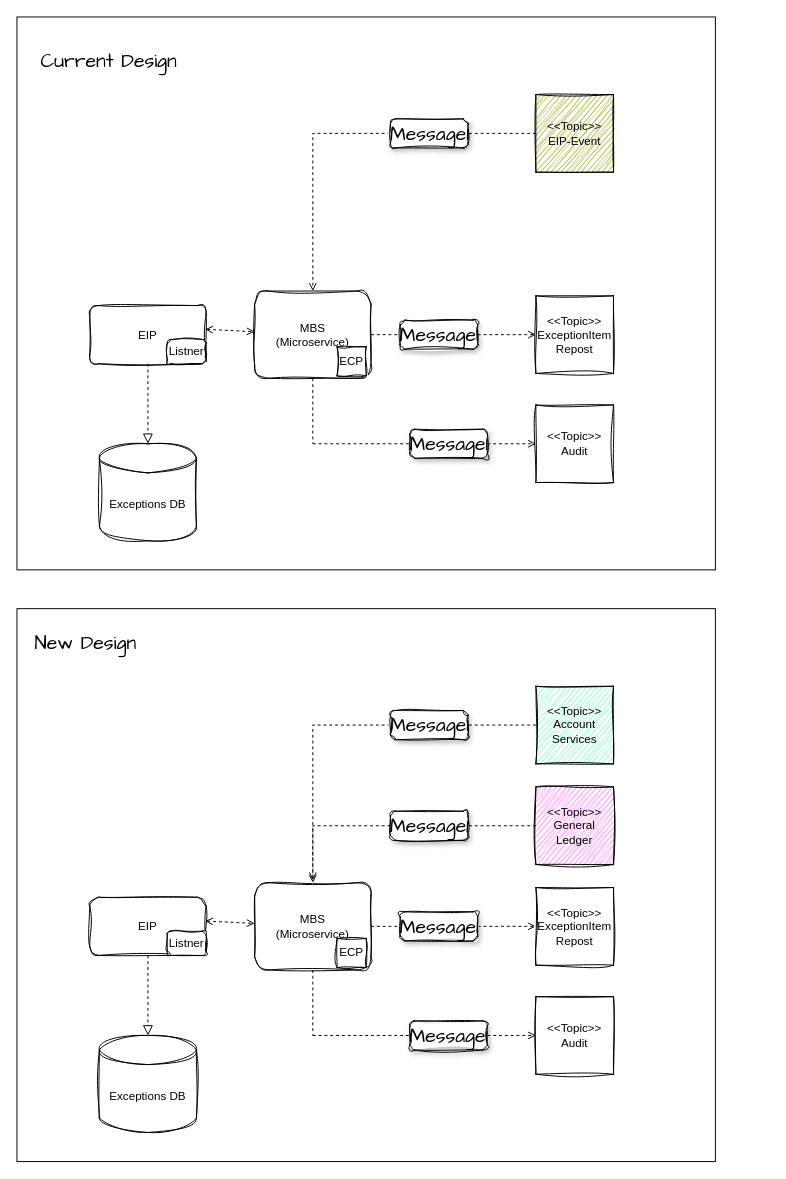
ppasham/Reference keeps this draw.io diagram as page "[FLO]-PubSub_INT" (1 of 6) of Designs/EIP-Designs.drawio. Above is the earlier version. Source tidied: cells renumbered, new cells numbered last; positions are measured from the earlier drawing's top-left corner, leaving out a move shared by most shapes. Both pictures are drawn from the tidied source at 97%, with x=0, y=0 at pixel (16, 16). Pictures stored in the file or linked from it are replaced by grey dashed boxes.
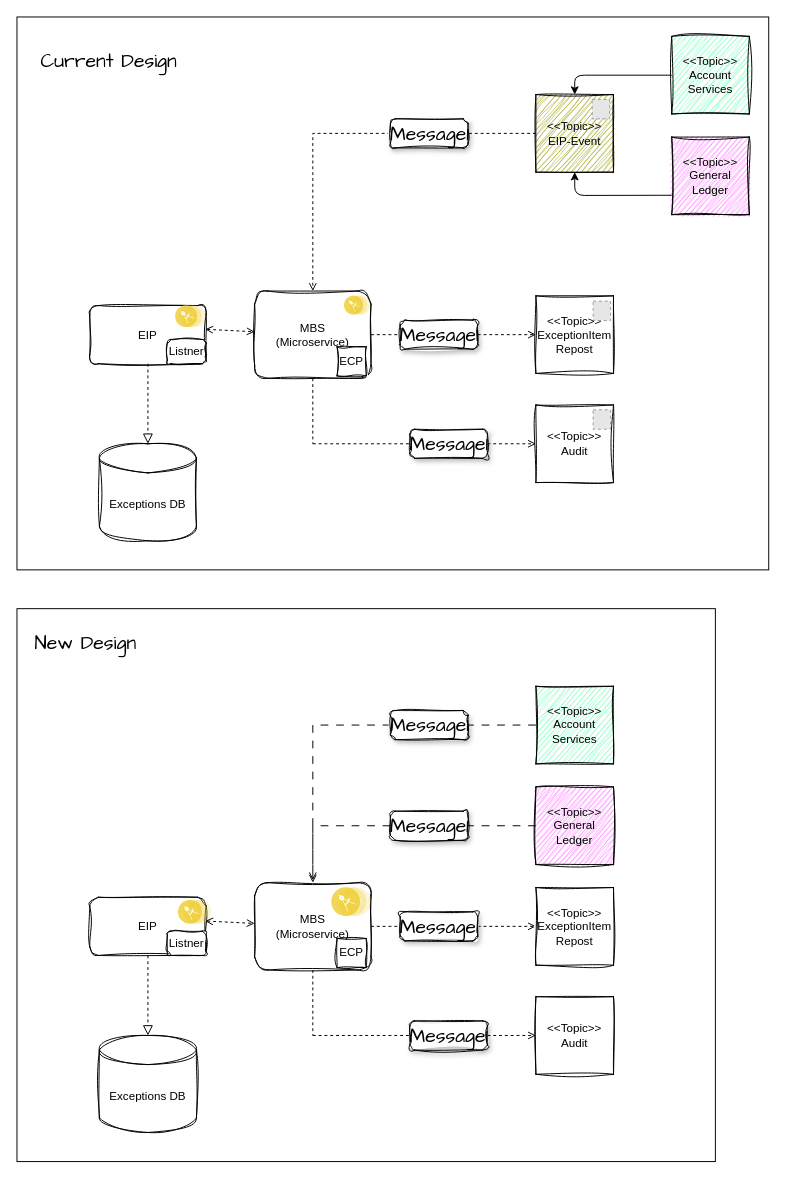
After the change.

Unchanged cells that the change refers to:
```xml
<mxCell id="4" value="&amp;lt;&amp;lt;Topic&amp;gt;&amp;gt;&lt;br&gt;EIP-Event" style="whiteSpace=wrap;html=1;sketch=1;curveFitting=1;jiggle=2;fillColor=#999900;" parent="1" vertex="1">
  <mxGeometry x="535" y="80" width="80" height="80" as="geometry" />
</mxCell>
<mxCell id="24" value="MBS&lt;br&gt;(Microservice)" style="rounded=1;whiteSpace=wrap;html=1;sketch=1;curveFitting=1;jiggle=2;" parent="1" vertex="1">
  <mxGeometry x="245" y="892.5" width="120" height="90" as="geometry" />
</mxCell>
<mxCell id="25" value="&amp;lt;&amp;lt;Topic&amp;gt;&amp;gt;&lt;br&gt;Account Services" style="whiteSpace=wrap;html=1;sketch=1;curveFitting=1;jiggle=2;fillColor=#66FFB3;" parent="1" vertex="1">
  <mxGeometry x="535" y="690" width="80" height="80" as="geometry" />
</mxCell>
<mxCell id="38" value="Message1" style="html=1;rounded=1;absoluteArcSize=1;arcSize=10;shadow=1;sketch=1;hachureGap=4;jiggle=2;curveFitting=1;fontFamily=Architects Daughter;fontSize=20;" parent="1" vertex="1">
  <mxGeometry x="385" y="715" width="80" height="30" as="geometry" />
</mxCell>
<mxCell id="44" value="&amp;lt;&amp;lt;Topic&amp;gt;&amp;gt;&lt;br&gt;General Ledger" style="whiteSpace=wrap;html=1;fillColor=#FF99FF;fillStyle=zigzag;sketch=1;curveFitting=1;jiggle=2;" parent="1" vertex="1">
  <mxGeometry x="535" y="793.8" width="80" height="80" as="geometry" />
</mxCell>
<mxCell id="46" value="Message1" style="html=1;rounded=1;absoluteArcSize=1;arcSize=10;shadow=1;sketch=1;hachureGap=4;jiggle=2;curveFitting=1;fontFamily=Architects Daughter;fontSize=20;" parent="1" vertex="1">
  <mxGeometry x="385" y="818.8" width="80" height="30" as="geometry" />
</mxCell>
```

The edit, as a diff of the source:
```diff
@@
     <mxCell id="2" style="rounded=0;whiteSpace=wrap;html=1;" parent="1" vertex="1">
-      <mxGeometry width="720" height="570" as="geometry" />
+      <mxGeometry width="775" height="570" as="geometry" />
     </mxCell>
@@
-    <mxCell id="36" style="endArrow=open;html=1;rounded=0;align=center;verticalAlign=top;endFill=0;labelBackgroundColor=none;endSize=6;hachureGap=4;fontFamily=Architects Daughter;fontSize=16;entryX=0.5;entryY=0;entryDx=0;entryDy=0;exitX=0;exitY=0.5;exitDx=0;exitDy=0;startArrow=none;sketchStyle=rough;dashed=1;flowAnimation=1;" parent="1" edge="1" source="38" target="24">
+    <mxCell id="36" style="endArrow=open;html=1;rounded=0;align=center;verticalAlign=top;endFill=0;labelBackgroundColor=none;endSize=6;hachureGap=4;fontFamily=Architects Daughter;fontSize=16;entryX=0.5;entryY=0;entryDx=0;entryDy=0;exitX=0;exitY=0.5;exitDx=0;exitDy=0;startArrow=none;sketchStyle=rough;dashed=1;flowAnimation=1;dashPattern=8 8;" parent="1" edge="1" source="38" target="24">
       <mxGeometry relative="1" as="geometry">
         <Array as="points">
           <mxPoint x="305" y="730" />
         </Array>
       </mxGeometry>
     </mxCell>
-    <mxCell id="37" style="endArrow=none;html=1;rounded=0;align=center;verticalAlign=top;endFill=0;labelBackgroundColor=none;endSize=6;hachureGap=4;fontFamily=Architects Daughter;fontSize=16;entryX=1;entryY=0.5;entryDx=0;entryDy=0;exitX=0;exitY=0.5;exitDx=0;exitDy=0;dashed=1;flowAnimation=1;" parent="1" edge="1" source="25" target="38">
+    <mxCell id="37" style="endArrow=none;html=1;rounded=0;align=center;verticalAlign=top;endFill=0;labelBackgroundColor=none;endSize=6;hachureGap=4;fontFamily=Architects Daughter;fontSize=16;entryX=1;entryY=0.5;entryDx=0;entryDy=0;exitX=0;exitY=0.5;exitDx=0;exitDy=0;dashed=1;flowAnimation=1;dashPattern=8 8;" parent="1" edge="1" source="25" target="38">
       <mxGeometry relative="1" as="geometry" />
     </mxCell>
@@
-    <mxCell id="45" style="endArrow=open;html=1;rounded=0;align=center;verticalAlign=top;endFill=0;labelBackgroundColor=none;endSize=6;hachureGap=4;fontFamily=Architects Daughter;fontSize=16;exitX=0;exitY=0.5;exitDx=0;exitDy=0;startArrow=none;sketchStyle=rough;dashed=1;flowAnimation=1;" parent="1" edge="1" source="46">
+    <mxCell id="45" style="endArrow=open;html=1;rounded=0;align=center;verticalAlign=top;endFill=0;labelBackgroundColor=none;endSize=6;hachureGap=4;fontFamily=Architects Daughter;fontSize=16;exitX=0;exitY=0.5;exitDx=0;exitDy=0;startArrow=none;sketchStyle=rough;dashed=1;flowAnimation=1;dashPattern=8 8;" parent="1" edge="1" source="46">
       <mxGeometry relative="1" as="geometry">
         <mxPoint x="305" y="890" as="targetPoint" />
         <Array as="points">
           <mxPoint x="305" y="833.8" />
         </Array>
       </mxGeometry>
     </mxCell>
@@
-    <mxCell id="47" style="endArrow=none;html=1;rounded=0;align=center;verticalAlign=top;endFill=0;labelBackgroundColor=none;endSize=6;hachureGap=4;fontFamily=Architects Daughter;fontSize=16;entryX=1;entryY=0.5;entryDx=0;entryDy=0;exitX=0;exitY=0.5;exitDx=0;exitDy=0;dashed=1;flowAnimation=1;" parent="1" edge="1" source="44" target="46">
+    <mxCell id="47" style="endArrow=none;html=1;rounded=0;align=center;verticalAlign=top;endFill=0;labelBackgroundColor=none;endSize=6;hachureGap=4;fontFamily=Architects Daughter;fontSize=16;entryX=1;entryY=0.5;entryDx=0;entryDy=0;exitX=0;exitY=0.5;exitDx=0;exitDy=0;dashed=1;flowAnimation=1;dashPattern=8 8;" parent="1" edge="1" source="44" target="46">
       <mxGeometry relative="1" as="geometry" />
     </mxCell>
@@
+    <mxCell id="50" value="&amp;lt;&amp;lt;Topic&amp;gt;&amp;gt;&lt;br&gt;Account Services" style="whiteSpace=wrap;html=1;sketch=1;curveFitting=1;jiggle=2;fillColor=#66FFB3;" parent="1" vertex="1">
+      <mxGeometry x="675" y="20" width="80" height="80" as="geometry" />
+    </mxCell>
+    <mxCell id="51" value="&amp;lt;&amp;lt;Topic&amp;gt;&amp;gt;&lt;br&gt;General Ledger" style="whiteSpace=wrap;html=1;fillColor=#FF99FF;fillStyle=zigzag;sketch=1;curveFitting=1;jiggle=2;" parent="1" vertex="1">
+      <mxGeometry x="675" y="123.8" width="80" height="80" as="geometry" />
+    </mxCell>
+    <mxCell id="52" style="endArrow=classic;html=1;fontColor=#FFFFFF;exitX=0;exitY=0.5;exitDx=0;exitDy=0;entryX=0.5;entryY=0;entryDx=0;entryDy=0;flowAnimation=1;" parent="1" edge="1" source="50" target="4">
+      <mxGeometry relative="1" as="geometry">
+        <Array as="points">
+          <mxPoint x="575" y="60" />
+        </Array>
+      </mxGeometry>
+    </mxCell>
+    <mxCell id="53" style="endArrow=classic;html=1;fontColor=#FFFFFF;exitX=0;exitY=0.75;exitDx=0;exitDy=0;entryX=0.5;entryY=1;entryDx=0;entryDy=0;flowAnimation=1;" parent="1" edge="1" source="51" target="4">
+      <mxGeometry relative="1" as="geometry">
+        <Array as="points">
+          <mxPoint x="575" y="184" />
+        </Array>
+      </mxGeometry>
+    </mxCell>
+    <mxCell id="54" style="fillColor=#E6E6E6;strokeColor=#999999;dashed=1;verticalLabelPosition=bottom;labelBackgroundColor=#ffffff;verticalAlign=top;fontColor=#FFFFFF;" parent="1" vertex="1">
+      <mxGeometry x="593" y="85" width="18" height="20" as="geometry" />
+    </mxCell>
+    <mxCell id="55" style="fillColor=#E6E6E6;strokeColor=#999999;dashed=1;verticalLabelPosition=bottom;labelBackgroundColor=#ffffff;verticalAlign=top;fontColor=#FFFFFF;" parent="1" vertex="1">
+      <mxGeometry x="594" y="293" width="18" height="20" as="geometry" />
+    </mxCell>
+    <mxCell id="56" style="fillColor=#E6E6E6;strokeColor=#999999;dashed=1;verticalLabelPosition=bottom;labelBackgroundColor=#ffffff;verticalAlign=top;fontColor=#FFFFFF;" parent="1" vertex="1">
+      <mxGeometry x="594" y="405" width="18" height="20" as="geometry" />
+    </mxCell>
+    <mxCell id="57" style="perimeter=ellipsePerimeter;html=1;align=center;shadow=0;dashed=0;fontColor=#4277BB;labelBackgroundColor=#ffffff;fontSize=12;spacingTop=3;image;image=img/lib/ibm/applications/microservice.svg;" parent="1" vertex="1">
+      <mxGeometry x="337.6" y="287.5" width="27.4" height="20" as="geometry" />
+    </mxCell>
+    <mxCell id="58" style="perimeter=ellipsePerimeter;html=1;align=center;shadow=0;dashed=0;fontColor=#4277BB;labelBackgroundColor=#ffffff;fontSize=12;spacingTop=3;image;image=img/lib/ibm/applications/microservice.svg;" parent="1" vertex="1">
+      <mxGeometry x="163.5" y="297.5" width="31.5" height="23" as="geometry" />
+    </mxCell>
+    <mxCell id="59" style="perimeter=ellipsePerimeter;html=1;align=center;shadow=0;dashed=0;fontColor=#4277BB;labelBackgroundColor=#ffffff;fontSize=12;spacingTop=3;image;image=img/lib/ibm/applications/microservice.svg;" parent="1" vertex="1">
+      <mxGeometry x="324.4" y="897.5" width="41.1" height="30" as="geometry" />
+    </mxCell>
+    <mxCell id="60" style="perimeter=ellipsePerimeter;html=1;align=center;shadow=0;dashed=0;fontColor=#4277BB;labelBackgroundColor=#ffffff;fontSize=12;spacingTop=3;image;image=img/lib/ibm/applications/microservice.svg;" parent="1" vertex="1">
+      <mxGeometry x="166.5" y="910.5" width="34.2" height="25" as="geometry" />
+    </mxCell>
```
